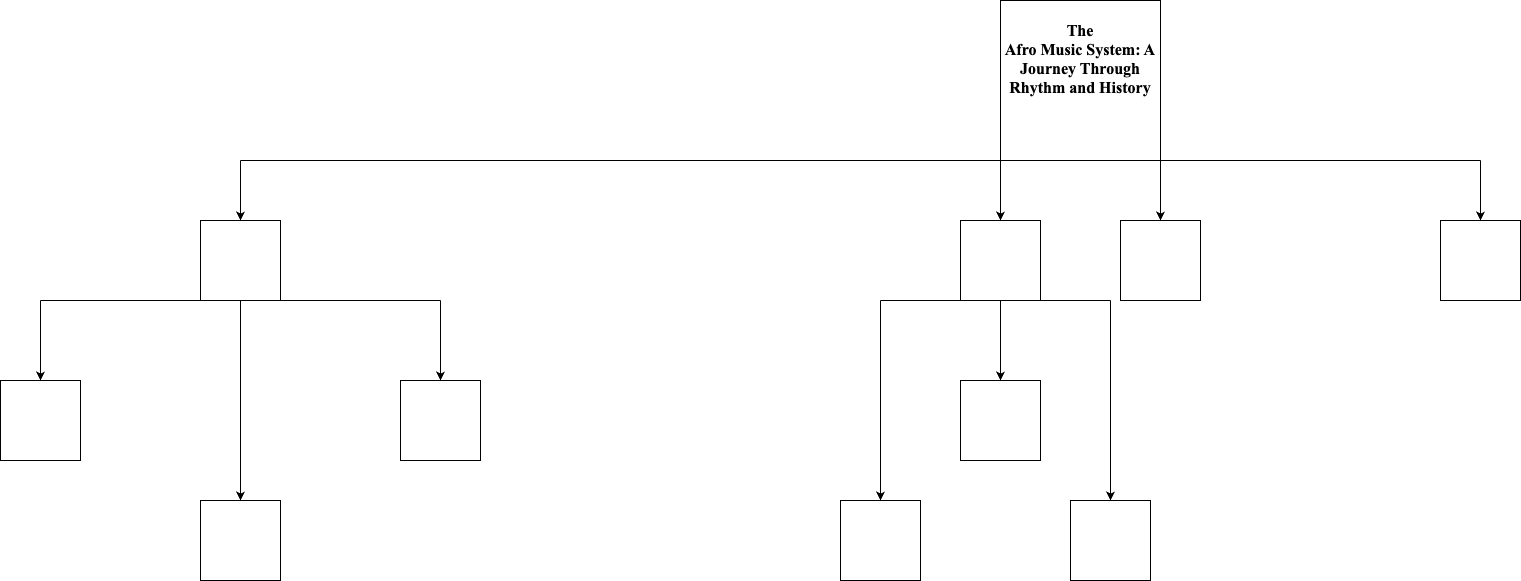
Earlier version of the draw.io export AFM.drawio.png (Kai39d/Hello-World). Source tidied: cells renumbered, new cells last; positions are measured from the earlier drawing's top-left corner, leaving out a move shared by most shapes.
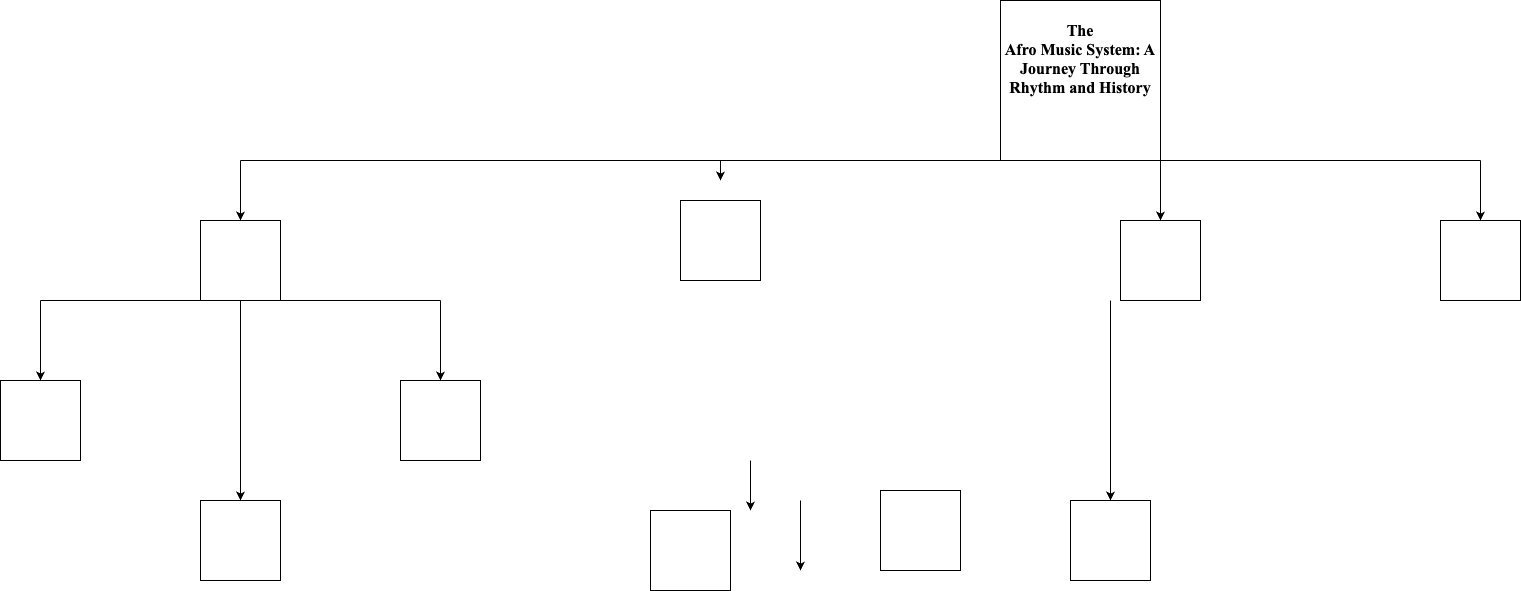
Later version of the same file.

Change to the diagram source:
```diff
@@ -25,7 +25,7 @@
       <mxGeometry x="480" y="220" width="80" height="80" as="geometry" />
     </mxCell>
     <mxCell id="8" style="whiteSpace=wrap;html=1;" parent="2" vertex="1">
-      <mxGeometry x="320" y="220" width="80" height="80" as="geometry" />
+      <mxGeometry x="40" y="200" width="80" height="80" as="geometry" />
     </mxCell>
     <mxCell id="9" style="endArrow=classic;html=1;rounded=0;entryX=0.5;entryY=0;entryDx=0;entryDy=0;" parent="2" edge="1" target="6">
       <mxGeometry relative="1" as="geometry">
@@ -35,8 +35,11 @@
     <mxCell id="10" style="endArrow=classic;html=1;rounded=0;exitX=1;exitY=1;exitDx=0;exitDy=0;entryX=0.5;entryY=0;entryDx=0;entryDy=0;" parent="2" edge="1" source="3" target="7">
       <mxGeometry relative="1" as="geometry" />
     </mxCell>
-    <mxCell id="11" style="endArrow=classic;html=1;rounded=0;exitX=0;exitY=1;exitDx=0;exitDy=0;entryX=0.5;entryY=0;entryDx=0;entryDy=0;" parent="2" edge="1" source="3" target="8">
-      <mxGeometry relative="1" as="geometry" />
+    <mxCell id="11" style="endArrow=classic;html=1;rounded=0;" parent="2" edge="1">
+      <mxGeometry relative="1" as="geometry">
+        <mxPoint x="80" y="160" as="sourcePoint" />
+        <mxPoint x="80" y="180" as="targetPoint" />
+      </mxGeometry>
     </mxCell>
     <mxCell id="12" style="endArrow=classic;html=1;rounded=0;entryX=0.5;entryY=0;entryDx=0;entryDy=0;" parent="2" edge="1" target="29">
       <mxGeometry relative="1" as="geometry">
@@ -78,22 +81,12 @@
     <mxCell id="20" style="whiteSpace=wrap;html=1;" parent="1" vertex="1">
       <mxGeometry x="200" y="500" width="80" height="80" as="geometry" />
     </mxCell>
-    <mxCell id="21" style="endArrow=none;html=1;rounded=0;entryX=0;entryY=1;entryDx=0;entryDy=0;" parent="1" edge="1" target="8">
-      <mxGeometry relative="1" as="geometry">
-        <mxPoint x="880" y="300" as="sourcePoint" />
-      </mxGeometry>
-    </mxCell>
     <mxCell id="22" style="endArrow=classic;html=1;rounded=0;" parent="1" edge="1">
       <mxGeometry relative="1" as="geometry">
-        <mxPoint x="880" y="300" as="sourcePoint" />
-        <mxPoint x="880" y="500" as="targetPoint" />
+        <mxPoint x="800" y="500" as="sourcePoint" />
+        <mxPoint x="800" y="570" as="targetPoint" />
       </mxGeometry>
     </mxCell>
-    <mxCell id="23" style="endArrow=none;html=1;rounded=0;entryX=1;entryY=1;entryDx=0;entryDy=0;" parent="1" edge="1" target="8">
-      <mxGeometry relative="1" as="geometry">
-        <mxPoint x="1110" y="300" as="sourcePoint" />
-      </mxGeometry>
-    </mxCell>
     <mxCell id="24" style="endArrow=classic;html=1;rounded=0;" parent="1" edge="1">
       <mxGeometry relative="1" as="geometry">
         <mxPoint x="1110" y="300" as="sourcePoint" />
@@ -101,16 +94,19 @@
       </mxGeometry>
     </mxCell>
     <mxCell id="25" style="whiteSpace=wrap;html=1;" parent="1" vertex="1">
-      <mxGeometry x="840" y="500" width="80" height="80" as="geometry" />
+      <mxGeometry x="880" y="490" width="80" height="80" as="geometry" />
     </mxCell>
     <mxCell id="26" style="whiteSpace=wrap;html=1;" parent="1" vertex="1">
       <mxGeometry x="1070" y="500" width="80" height="80" as="geometry" />
     </mxCell>
-    <mxCell id="27" style="endArrow=classic;html=1;rounded=0;exitX=0.5;exitY=1;exitDx=0;exitDy=0;" parent="1" edge="1" source="8" target="28">
-      <mxGeometry relative="1" as="geometry" />
+    <mxCell id="27" style="endArrow=classic;html=1;rounded=0;" parent="1" edge="1">
+      <mxGeometry relative="1" as="geometry">
+        <mxPoint x="750" y="460" as="sourcePoint" />
+        <mxPoint x="750" y="510" as="targetPoint" />
+      </mxGeometry>
     </mxCell>
     <mxCell id="28" style="whiteSpace=wrap;html=1;" parent="1" vertex="1">
-      <mxGeometry x="960" y="380" width="80" height="80" as="geometry" />
+      <mxGeometry x="650" y="510" width="80" height="80" as="geometry" />
     </mxCell>
     <mxCell id="29" style="whiteSpace=wrap;html=1;" parent="1" vertex="1">
       <mxGeometry x="200" y="220" width="80" height="80" as="geometry" />
```
